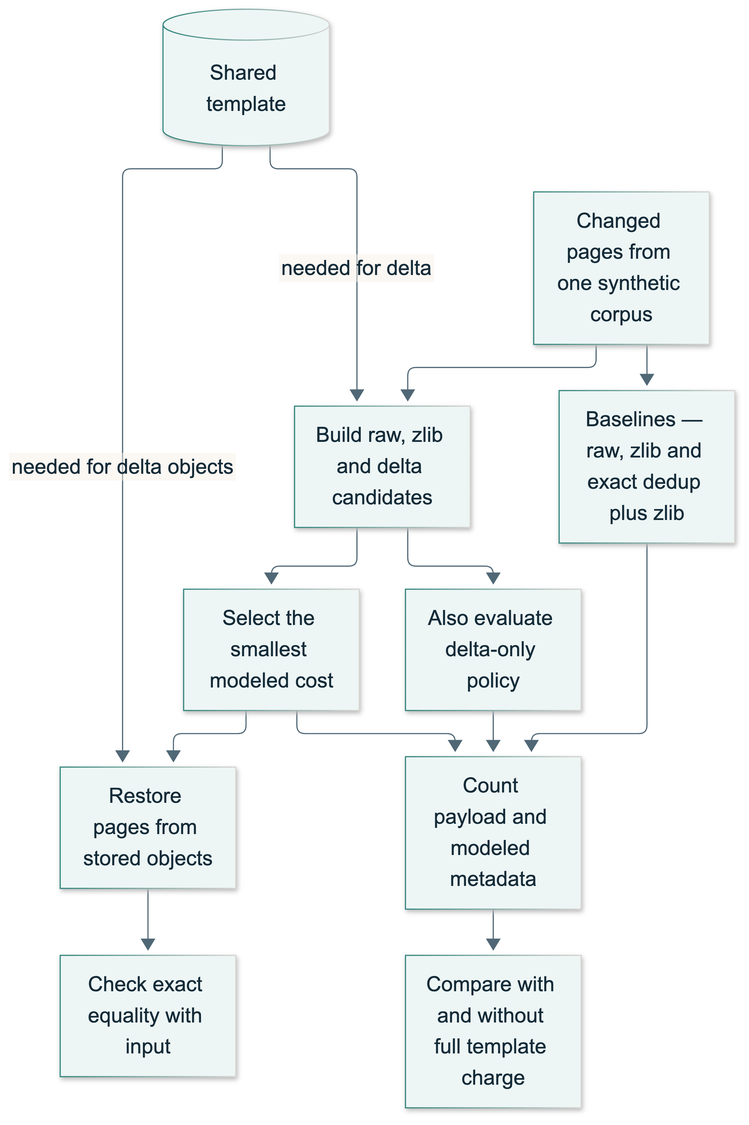
Before: docs/diagrams/template-delta-1.png, a diagram exported from Mermaid (gael55x/template-delta-lab). Its source is kept beside it as docs/diagrams/template-delta-1.mmd. Source of this version:
```mermaid
flowchart TD
    IN[Changed pages from one synthetic corpus] --> BASE[Baselines — raw, zlib and exact dedup plus zlib]
    IN --> CAND[Build raw, zlib and delta candidates]
    TPL[(Shared template)] -->|needed for delta| CAND
    CAND --> PICK[Select the smallest modeled cost]
    CAND --> DELTA[Also evaluate delta-only policy]
    BASE --> COST[Count payload and modeled metadata]
    PICK --> COST
    DELTA --> COST
    COST --> COMP[Compare with and without full template charge]
    PICK --> RESTORE[Restore pages from stored objects]
    TPL -->|needed for delta objects| RESTORE
    RESTORE --> CHECK[Check exact equality with input]
```
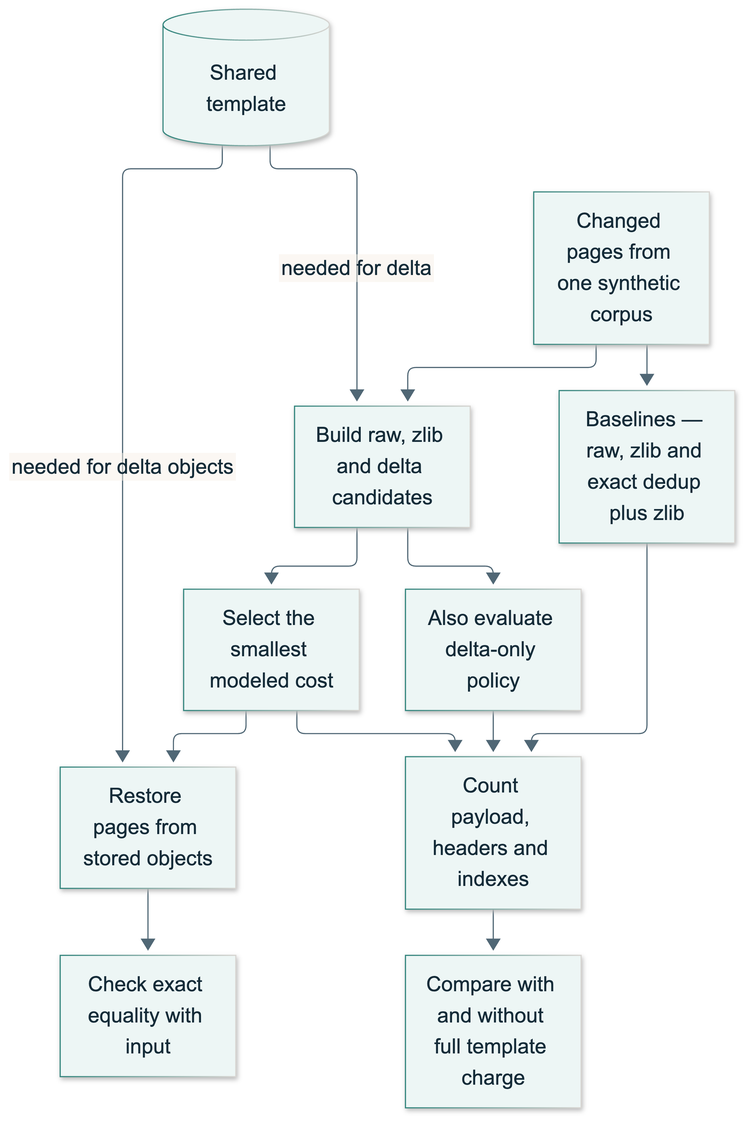
Later version of the same file.

Commit message:
Clarify complete storage cost and remove diagram status banners

The edit, as a diff of the source:
```diff
@@ -4,7 +4,7 @@
     TPL[(Shared template)] -->|needed for delta| CAND
     CAND --> PICK[Select the smallest modeled cost]
     CAND --> DELTA[Also evaluate delta-only policy]
-    BASE --> COST[Count payload and modeled metadata]
+    BASE --> COST[Count payload, headers and indexes]
     PICK --> COST
     DELTA --> COST
     COST --> COMP[Compare with and without full template charge]
```
